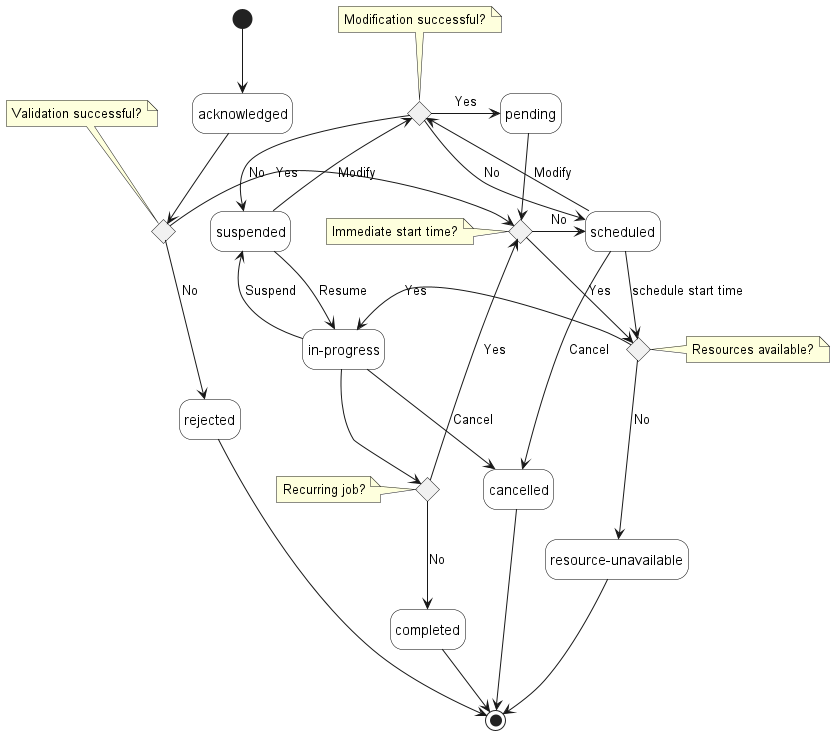
Earlier version of the PlantUML export documentation/serviceApi/pm/performance/media/performanceJobStates.png (MEF-GIT/MEF-LSO-Legato-SDK).
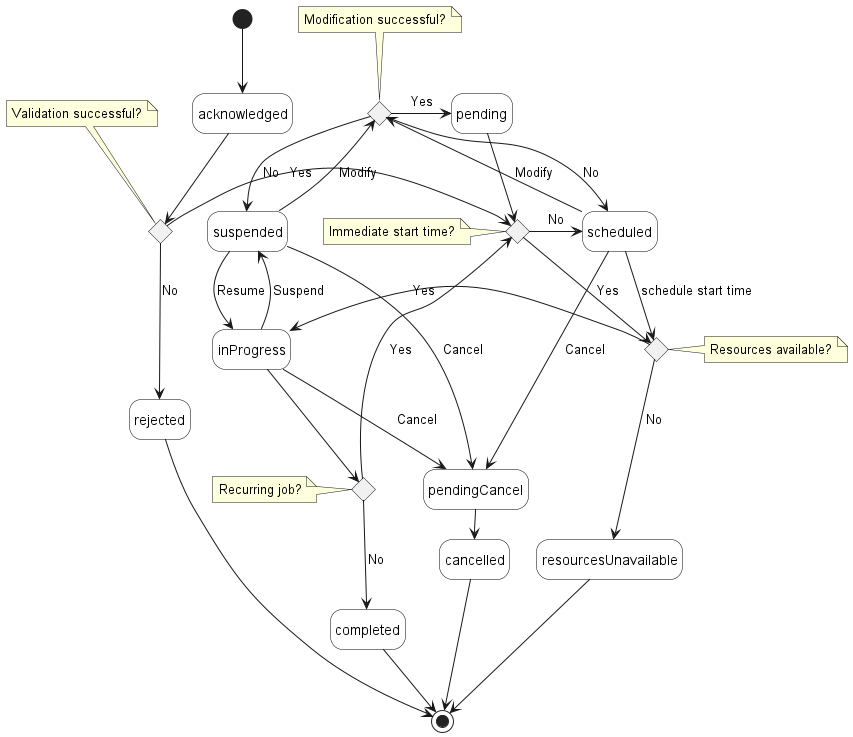
Above is the later version.

Change to the diagram source:
```diff
@@ -21,8 +21,10 @@
 state recurring <<choice>>
  note left of recurring : Recurring job?
 
-state "in-progress" as in_progress
-state "resource-unavailable" as resource_unavailable
+state "inProgress" as in_progress
+state "resourcesUnavailable" as resource_unavailable
+
+state "pendingCancel" as pending_cancel
 
 [*] -d-> acknowledged
 
@@ -33,7 +35,7 @@
 validation_successful -r-> immediate: Yes
 
 immediate -r-> scheduled: No
-scheduled -d-> cancelled: Cancel
+scheduled -d-> pending_cancel: Cancel
 scheduled -d-> resources: schedule start time
 resources -d-> resource_unavailable: No
 resources -l-> in_progress: Yes
@@ -43,9 +45,12 @@
 recurring -d-> completed: No
 recurring -u-> immediate: Yes
 
-in_progress -d-> cancelled: Cancel
+in_progress -d-> pending_cancel: Cancel
 in_progress -u-> suspended: Suspend
 suspended -r-> in_progress: Resume
+suspended -r-> pending_cancel: Cancel
+
+pending_cancel -> cancelled
 
 suspended -u-> modification: Modify
 modification -d-> suspended: No
```
